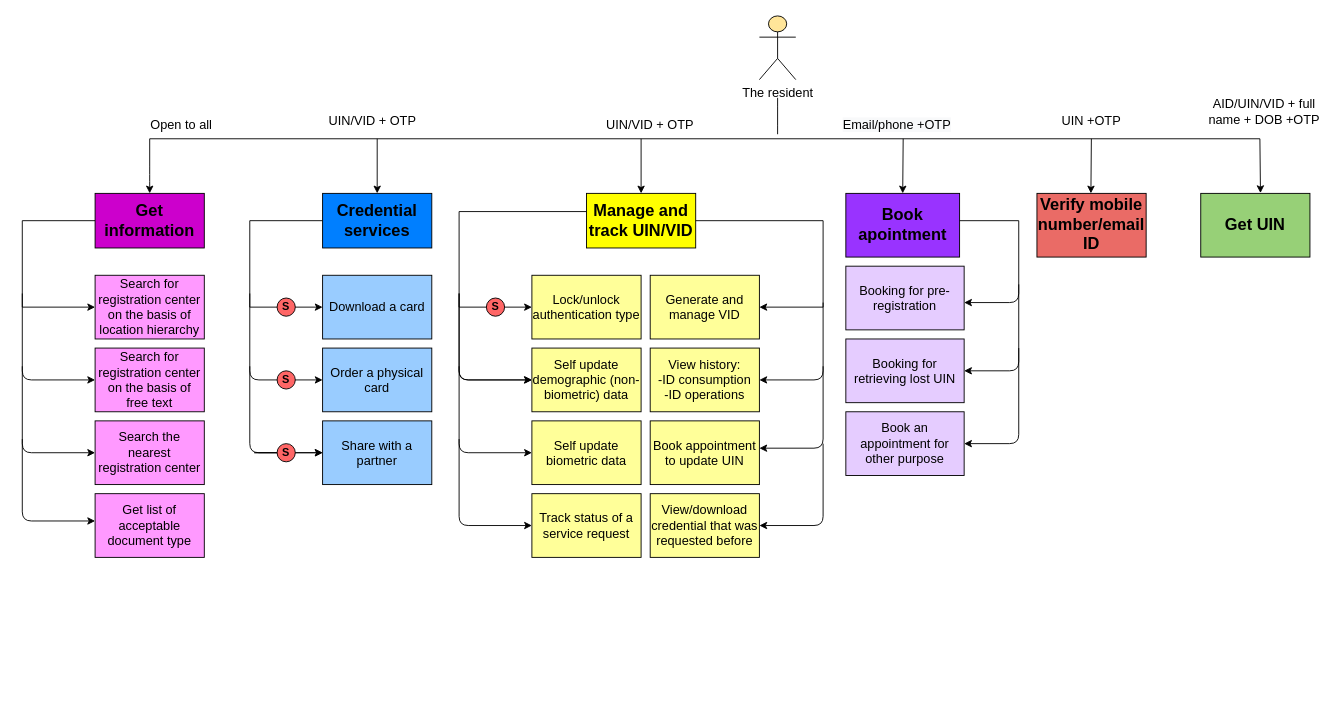
Earlier version of the draw.io diagram resident-services-flow-chart/browser-feature-list.drawio (singhpragya279/Resident_services). Source tidied: cells renumbered, new cells numbered last; positions are measured from the earlier drawing's top-left corner, leaving out a move shared by most shapes. Both pictures are drawn from the tidied source at 91%, with x=0, y=0 at pixel (22, 15).
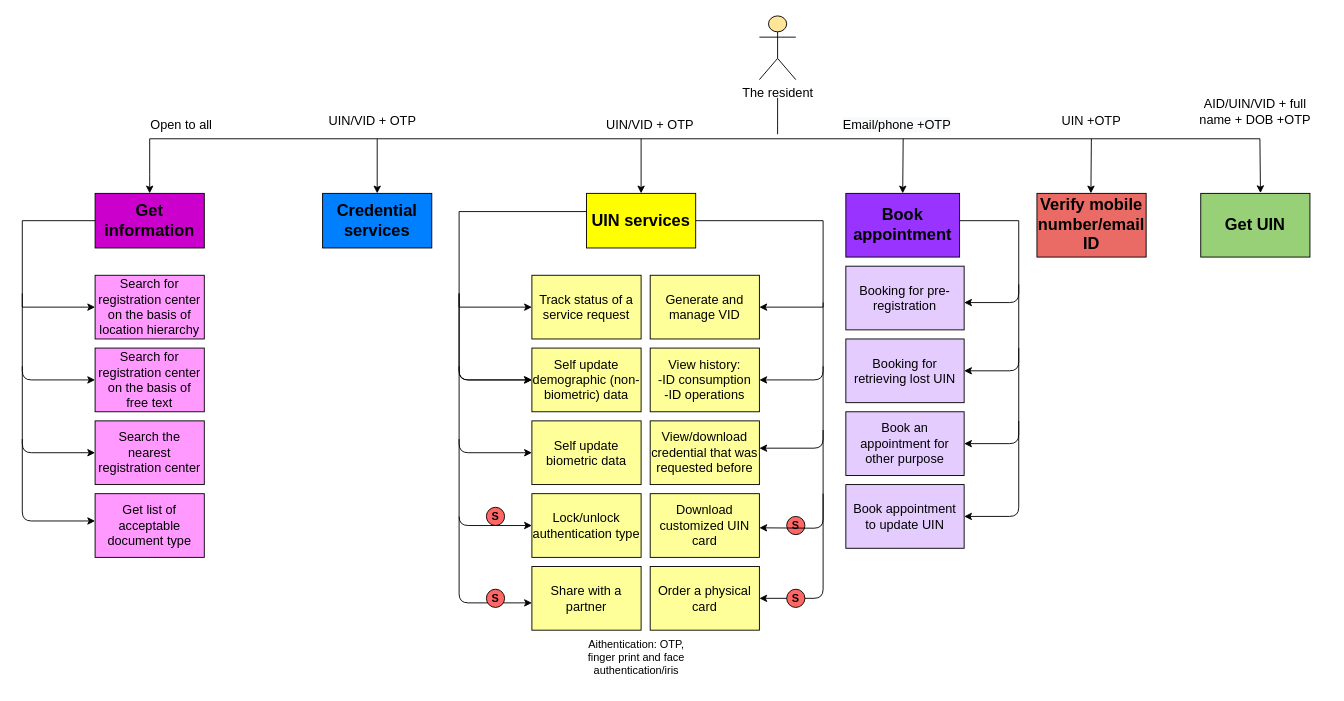
After the change.

What changed in the source:
```diff
@@
-    <mxCell id="8" value="&lt;span&gt;&lt;font style=&quot;font-size: 18px&quot;&gt;&lt;b&gt;Manage and track UIN/VID&lt;/b&gt;&lt;/font&gt;&lt;/span&gt;" style="rounded=0;whiteSpace=wrap;html=1;fillColor=#FFFF00;" parent="1" vertex="1">
+    <mxCell id="8" value="&lt;span&gt;&lt;font style=&quot;font-size: 18px&quot;&gt;&lt;b&gt;UIN services&lt;/b&gt;&lt;/font&gt;&lt;/span&gt;" style="rounded=0;whiteSpace=wrap;html=1;fillColor=#FFFF00;" parent="1" vertex="1">
       <mxGeometry x="620" y="195" width="120" height="60" as="geometry" />
     </mxCell>
@@
-    <mxCell id="14" value="&lt;span&gt;&lt;font style=&quot;font-size: 14px&quot;&gt;Download a card&lt;/font&gt;&lt;/span&gt;" style="rounded=0;whiteSpace=wrap;html=1;fillColor=#99CCFF;" parent="1" vertex="1">
-      <mxGeometry x="330" y="285" width="120" height="70" as="geometry" />
+    <mxCell id="14" value="&lt;span&gt;&lt;font&gt;&lt;span style=&quot;font-size: 14px&quot;&gt;Download customized&amp;nbsp;UIN card&lt;/span&gt;&lt;/font&gt;&lt;/span&gt;" style="rounded=0;whiteSpace=wrap;html=1;fillColor=#FFFF99;" parent="1" vertex="1">
+      <mxGeometry x="690" y="525" width="120" height="70" as="geometry" />
     </mxCell>
@@
-    <mxCell id="17" value="&lt;span&gt;&lt;font style=&quot;font-size: 14px&quot;&gt;Order a physical card&lt;/font&gt;&lt;/span&gt;" style="rounded=0;whiteSpace=wrap;html=1;fillColor=#99CCFF;" parent="1" vertex="1">
-      <mxGeometry x="330" y="365" width="120" height="70" as="geometry" />
+    <mxCell id="17" value="&lt;span&gt;&lt;font style=&quot;font-size: 14px&quot;&gt;Order a physical card&lt;/font&gt;&lt;/span&gt;" style="rounded=0;whiteSpace=wrap;html=1;fillColor=#FFFF99;" parent="1" vertex="1">
+      <mxGeometry x="690" y="605" width="120" height="70" as="geometry" />
     </mxCell>
@@
-    <mxCell id="21" style="edgeStyle=orthogonalEdgeStyle;rounded=0;orthogonalLoop=1;jettySize=auto;html=1;entryX=0;entryY=0.5;entryDx=0;entryDy=0;" parent="1" edge="1">
-      <mxGeometry relative="1" as="geometry">
-        <mxPoint x="330" y="225" as="sourcePoint" />
-        <mxPoint x="330" y="320" as="targetPoint" />
-        <Array as="points">
-          <mxPoint x="250" y="225" />
-          <mxPoint x="250" y="320" />
-        </Array>
-      </mxGeometry>
-    </mxCell>
     <mxCell id="22" style="endArrow=classic;html=1;entryX=0;entryY=0.5;entryDx=0;entryDy=0;" parent="1" edge="1">
       <mxGeometry relative="1" as="geometry">
-        <mxPoint x="250" y="305" as="sourcePoint" />
-        <mxPoint x="330" y="400" as="targetPoint" />
+        <mxPoint x="480" y="550" as="sourcePoint" />
+        <mxPoint x="560" y="645" as="targetPoint" />
         <Array as="points">
-          <mxPoint x="250" y="400" />
+          <mxPoint x="480" y="645" />
         </Array>
       </mxGeometry>
     </mxCell>
-    <mxCell id="23" style="endArrow=classic;html=1;entryX=0;entryY=0.5;entryDx=0;entryDy=0;" parent="1" edge="1" source="39">
+    <mxCell id="23" style="endArrow=classic;html=1;entryX=1;entryY=0.5;entryDx=0;entryDy=0;" parent="1" edge="1" target="17">
       <mxGeometry relative="1" as="geometry">
-        <mxPoint x="330" y="480" as="targetPoint" />
+        <mxPoint x="880" y="525" as="sourcePoint" />
         <Array as="points">
-          <mxPoint x="250" y="480" />
+          <mxPoint x="880" y="640" />
         </Array>
       </mxGeometry>
     </mxCell>
-    <mxCell id="24" value="&lt;span&gt;&lt;font style=&quot;font-size: 14px&quot;&gt;Share with a partner&lt;/font&gt;&lt;/span&gt;" style="rounded=0;whiteSpace=wrap;html=1;fillColor=#99CCFF;strokeColor=#000000;" parent="1" vertex="1">
-      <mxGeometry x="330" y="445" width="120" height="70" as="geometry" />
+    <mxCell id="24" value="&lt;span&gt;&lt;font style=&quot;font-size: 14px&quot;&gt;Share with a partner&lt;/font&gt;&lt;/span&gt;" style="rounded=0;whiteSpace=wrap;html=1;fillColor=#FFFF99;strokeColor=#000000;" parent="1" vertex="1">
+      <mxGeometry x="560" y="605" width="120" height="70" as="geometry" />
     </mxCell>
-    <mxCell id="25" value="&lt;span style=&quot;font-size: 14px&quot;&gt;Lock/unlock authentication type&lt;/span&gt;" style="rounded=0;whiteSpace=wrap;html=1;fillColor=#FFFF99;" parent="1" vertex="1">
+    <mxCell id="25" value="&lt;span style=&quot;font-size: 14px&quot;&gt;Track status of a service request&lt;/span&gt;" style="rounded=0;whiteSpace=wrap;html=1;fillColor=#FFFF99;" parent="1" vertex="1">
       <mxGeometry x="560" y="285" width="120" height="70" as="geometry" />
     </mxCell>
@@
     <mxCell id="34" value="&lt;b&gt;S&lt;/b&gt;" style="ellipse;whiteSpace=wrap;html=1;fillColor=#FF6666;" parent="1" vertex="1">
-      <mxGeometry x="280" y="310" width="20" height="20" as="geometry" />
+      <mxGeometry x="510" y="630" width="20" height="20" as="geometry" />
     </mxCell>
     <mxCell id="35" value="&lt;b&gt;S&lt;/b&gt;" style="ellipse;whiteSpace=wrap;html=1;fillColor=#FF6666;" parent="1" vertex="1">
-      <mxGeometry x="280" y="390" width="20" height="20" as="geometry" />
+      <mxGeometry x="840" y="550" width="20" height="20" as="geometry" />
     </mxCell>
     <mxCell id="36" style="endArrow=classic;html=1;entryX=0;entryY=0.5;entryDx=0;entryDy=0;" parent="1" edge="1">
       <mxGeometry relative="1" as="geometry">
-        <mxPoint x="250" y="385" as="sourcePoint" />
-        <mxPoint x="330" y="480" as="targetPoint" />
+        <mxPoint x="880" y="455" as="sourcePoint" />
+        <mxPoint x="810" y="562.5" as="targetPoint" />
         <Array as="points">
-          <mxPoint x="250" y="480" />
+          <mxPoint x="880" y="563" />
         </Array>
       </mxGeometry>
     </mxCell>
@@
     <mxCell id="39" value="&lt;b&gt;S&lt;/b&gt;" style="ellipse;whiteSpace=wrap;html=1;fillColor=#FF6666;" parent="1" vertex="1">
-      <mxGeometry x="280" y="470" width="20" height="20" as="geometry" />
+      <mxGeometry x="840" y="630" width="20" height="20" as="geometry" />
     </mxCell>
-    <mxCell id="40" value="&lt;span&gt;&lt;font style=&quot;font-size: 18px&quot;&gt;&lt;b&gt;Book apointment&lt;/b&gt;&lt;/font&gt;&lt;/span&gt;" style="rounded=0;whiteSpace=wrap;html=1;fillColor=#9933FF;" parent="1" vertex="1">
+    <mxCell id="40" value="&lt;span&gt;&lt;font style=&quot;font-size: 18px&quot;&gt;&lt;b&gt;Book appointment&lt;/b&gt;&lt;/font&gt;&lt;/span&gt;" style="rounded=0;whiteSpace=wrap;html=1;fillColor=#9933FF;" parent="1" vertex="1">
       <mxGeometry x="905" y="195" width="125" height="70" as="geometry" />
     </mxCell>
@@
     <mxCell id="53" value="&lt;b&gt;S&lt;/b&gt;" style="ellipse;whiteSpace=wrap;html=1;fillColor=#FF6666;" parent="1" vertex="1">
-      <mxGeometry x="510" y="310" width="20" height="20" as="geometry" />
+      <mxGeometry x="510" y="540" width="20" height="20" as="geometry" />
     </mxCell>
     <mxCell id="54" value="&lt;span style=&quot;font-size: 14px&quot;&gt;View/download credential that was requested before&lt;/span&gt;" style="rounded=0;whiteSpace=wrap;html=1;fillColor=#FFFF99;" parent="1" vertex="1">
-      <mxGeometry x="690" y="525" width="120" height="70" as="geometry" />
+      <mxGeometry x="690" y="445" width="120" height="70" as="geometry" />
     </mxCell>
-    <mxCell id="55" value="&lt;font style=&quot;font-size: 14px&quot;&gt;Track status of a service request&lt;/font&gt;" style="rounded=0;whiteSpace=wrap;html=1;fillColor=#FFFF99;" parent="1" vertex="1">
+    <mxCell id="55" value="&lt;span style=&quot;font-size: 14px&quot;&gt;Lock/unlock authentication type&lt;/span&gt;" style="rounded=0;whiteSpace=wrap;html=1;fillColor=#FFFF99;" parent="1" vertex="1">
       <mxGeometry x="560" y="525" width="120" height="70" as="geometry" />
     </mxCell>
-    <mxCell id="56" value="&lt;span style=&quot;font-size: 14px&quot;&gt;Book appointment to update UIN&lt;/span&gt;&lt;span&gt;&lt;font&gt;&lt;br&gt;&lt;/font&gt;&lt;/span&gt;" style="rounded=0;whiteSpace=wrap;html=1;fillColor=#FFFF99;" parent="1" vertex="1">
-      <mxGeometry x="690" y="445" width="120" height="70" as="geometry" />
-    </mxCell>
     <mxCell id="57" value="&lt;font style=&quot;font-size: 14px&quot;&gt;AID/UIN/VID + full name + DOB +OTP&lt;/font&gt;" style="text;html=1;strokeColor=none;fillColor=none;align=center;verticalAlign=middle;whiteSpace=wrap;rounded=0;" parent="1" vertex="1">
-      <mxGeometry x="1295" y="95" width="140" height="20" as="geometry" />
+      <mxGeometry x="1285" y="95" width="140" height="20" as="geometry" />
     </mxCell>
@@
-    <mxCell id="65" style="endArrow=classic;html=1;entryX=1;entryY=0.5;entryDx=0;entryDy=0;" parent="1" edge="1" target="54">
-      <mxGeometry relative="1" as="geometry">
-        <mxPoint x="880" y="470" as="sourcePoint" />
-        <Array as="points">
-          <mxPoint x="880" y="560" />
-        </Array>
-      </mxGeometry>
-    </mxCell>
+    <mxCell id="66" value="Aithentication: OTP, finger print and face authentication/iris" style="text;html=1;strokeColor=none;fillColor=none;align=center;verticalAlign=middle;whiteSpace=wrap;rounded=0;" parent="1" vertex="1">
+      <mxGeometry x="620" y="675" width="110" height="60" as="geometry" />
+    </mxCell>
+    <mxCell id="56" value="&lt;span style=&quot;font-size: 14px&quot;&gt;Book appointment to update UIN&lt;/span&gt;" style="rounded=0;whiteSpace=wrap;html=1;fillColor=#E5CCFF;" parent="1" vertex="1">
+      <mxGeometry x="905" y="515" width="130" height="70" as="geometry" />
+    </mxCell>
+    <mxCell id="67" style="endArrow=classic;html=1;" parent="1" edge="1">
+      <mxGeometry relative="1" as="geometry">
+        <mxPoint x="1095" y="445" as="sourcePoint" />
+        <mxPoint x="1035" y="550" as="targetPoint" />
+        <Array as="points">
+          <mxPoint x="1095" y="550" />
+        </Array>
+      </mxGeometry>
+    </mxCell>
```
